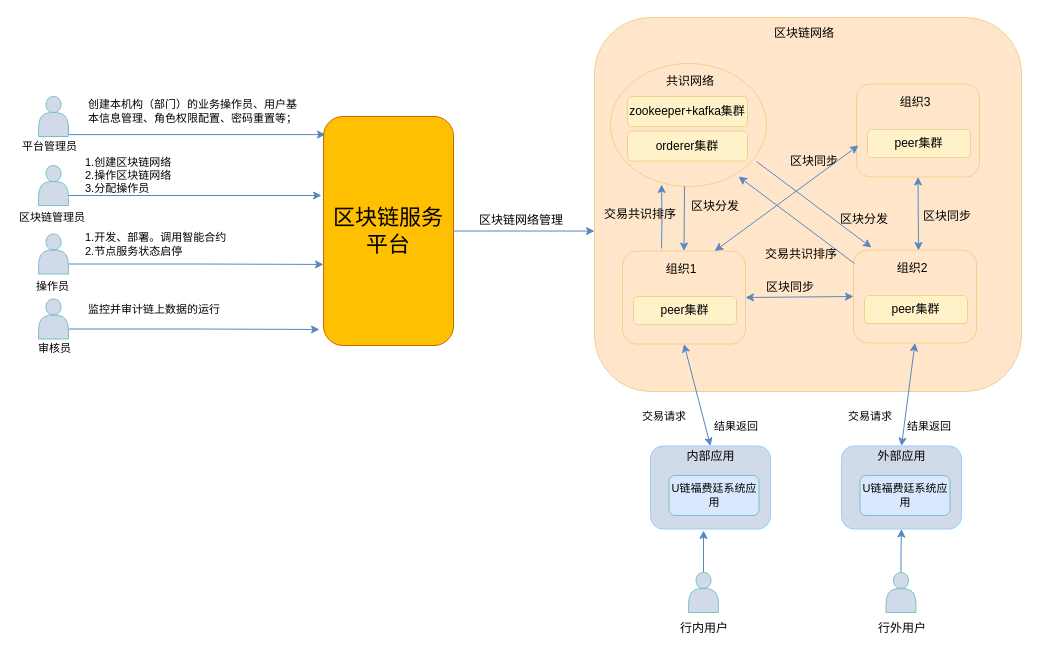
Before: repository/drawio/postb/系统上下文.drawio in dilide/collections, a draw.io diagram. Source tidied: cells renumbered, new cells numbered last; positions are measured from the earlier drawing's top-left corner, leaving out a move shared by most shapes. Both pictures are drawn from the tidied source at 100%, with x=0, y=0 at pixel (17, 17).
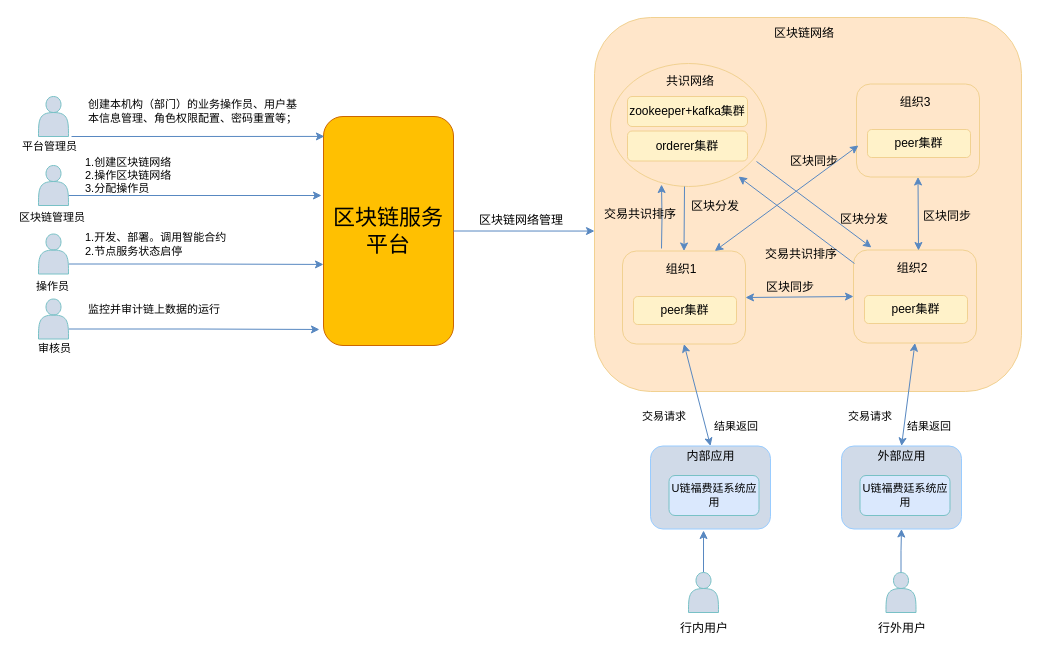
Above is the later version.

Commit message (it also covers changes not shown here):
Update 系统上下文.drawio

Unchanged cells that the change refers to:
```xml
<mxCell id="50" style="group;" parent="1" vertex="1">
  <mxGeometry y="79" width="436" height="252.5" as="geometry" />
</mxCell>
<mxCell id="51" value="区块链服务平台" style="rounded=1;whiteSpace=wrap;html=1;fillColor=#FFC001;fontSize=22;strokeColor=#CC6600;" parent="50" vertex="1">
  <mxGeometry x="306" y="20" width="130" height="229" as="geometry" />
</mxCell>
<mxCell id="54" value="平台管理员" style="text;html=1;points=[];align=left;verticalAlign=top;spacingTop=-4;fontSize=11;" parent="50" vertex="1">
  <mxGeometry x="3" y="41" width="80" height="20" as="geometry" />
</mxCell>
<mxCell id="58" style="shape=actor;whiteSpace=wrap;html=1;fillColor=#D0DAE8;strokeColor=#78C1C6;" parent="50" vertex="1">
  <mxGeometry x="21" width="30" height="40" as="geometry" />
</mxCell>
```

The edit, as a diff of the source:
```diff
@@
-    <mxCell id="57" style="edgeStyle=orthogonalEdgeStyle;rounded=0;jettySize=auto;html=1;exitX=1;exitY=0.75;exitDx=0;exitDy=0;entryX=0.015;entryY=0.079;entryDx=0;entryDy=0;entryPerimeter=0;fontSize=11;strokeColor=#5888C1;" parent="50" edge="1" source="58" target="51">
-      <mxGeometry relative="1" as="geometry">
-        <Array as="points">
-          <mxPoint x="51" y="38" />
-        </Array>
-      </mxGeometry>
-    </mxCell>
@@
+    <mxCell id="76" style="endArrow=classic;html=1;strokeColor=#5888C1;fontSize=12;exitX=0.638;exitY=-0.05;exitDx=0;exitDy=0;exitPerimeter=0;entryX=0.007;entryY=0.087;entryDx=0;entryDy=0;entryPerimeter=0;" parent="50" edge="1" source="54" target="51">
+      <mxGeometry relative="1" as="geometry" />
+    </mxCell>
```
